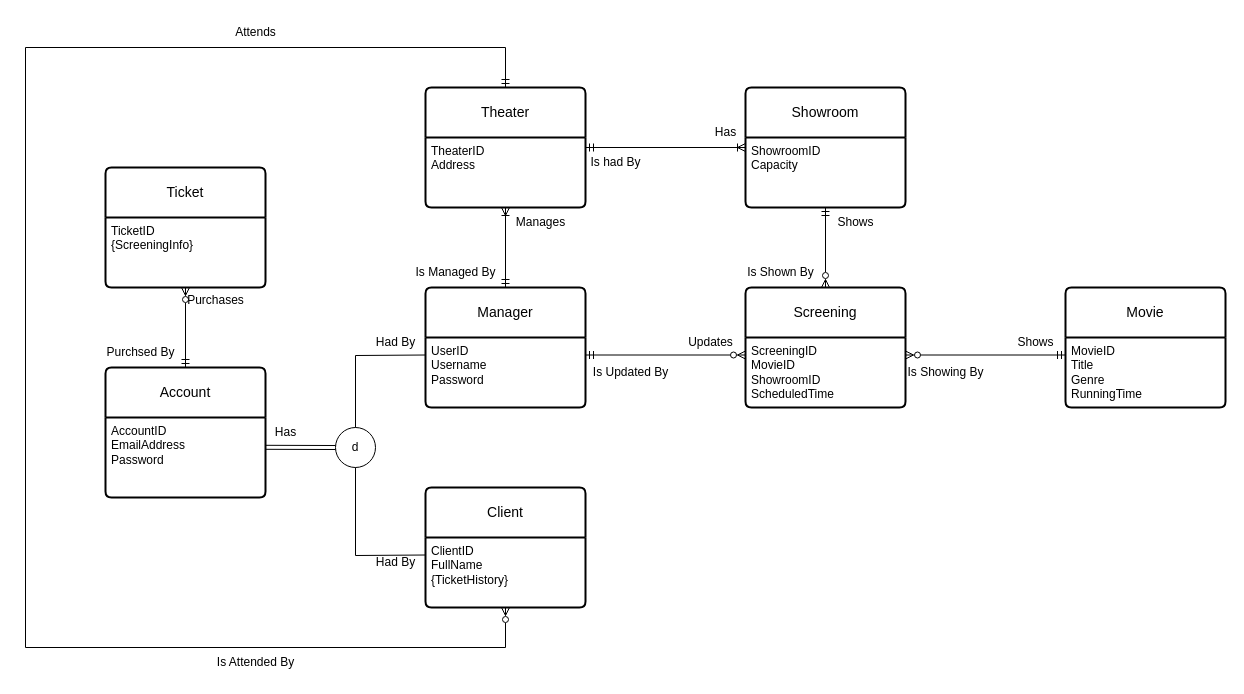
Earlier version of the draw.io diagram FinalProjectEER.drawio (JustinBouffard/MovieTheaterManagementApp). Source tidied: cells renumbered, new cells numbered last; positions are measured from the earlier drawing's top-left corner, leaving out a move shared by most shapes. Both pictures are drawn from the tidied source at 100%, with x=0, y=0 at pixel (25, 17).
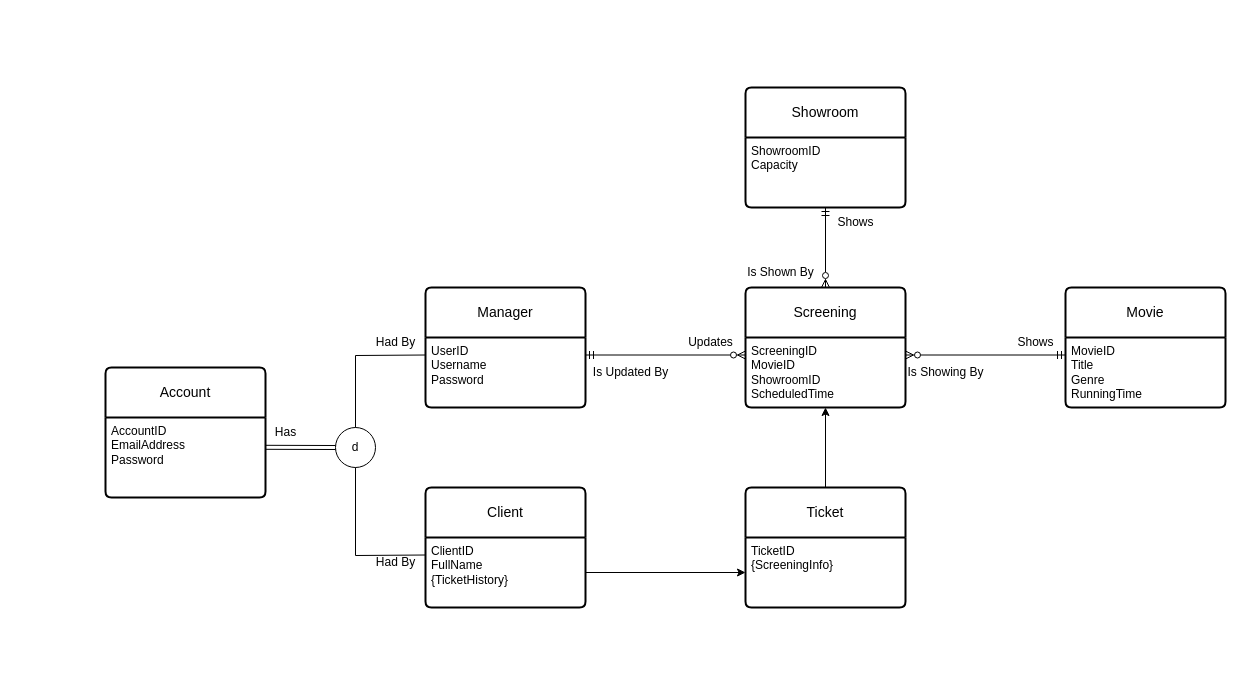
After the change.

Unchanged cells that the change refers to:
```xml
<mxCell id="3" value="ClientID&lt;div&gt;FullName&lt;/div&gt;&lt;div&gt;{TicketHistory}&lt;/div&gt;" style="align=left;strokeColor=none;fillColor=none;spacingLeft=4;spacingRight=4;fontSize=12;verticalAlign=top;html=1;whiteSpace=wrap;" parent="2" vertex="1">
  <mxGeometry y="50" width="160" height="70" as="geometry" />
</mxCell>
<mxCell id="4" value="Manager" style="swimlane;horizontal=1;startSize=50;rounded=1;fontSize=14;fontStyle=0;strokeWidth=2;shadow=0;dashed=0;align=center;arcSize=4;whiteSpace=wrap;html=1;" parent="1" vertex="1">
  <mxGeometry x="400" y="270" width="160" height="120" as="geometry" />
</mxCell>
<mxCell id="11" value="&lt;div&gt;ScreeningID&lt;/div&gt;MovieID&lt;div&gt;ShowroomID&lt;/div&gt;&lt;div&gt;ScheduledTime&lt;/div&gt;" style="align=left;strokeColor=none;fillColor=none;spacingLeft=4;spacingRight=4;fontSize=12;verticalAlign=top;html=1;whiteSpace=wrap;" parent="10" vertex="1">
  <mxGeometry y="50" width="160" height="70" as="geometry" />
</mxCell>
<mxCell id="13" value="TicketID&lt;div&gt;{ScreeningInfo}&lt;/div&gt;" style="align=left;strokeColor=none;fillColor=none;spacingLeft=4;spacingRight=4;fontSize=12;verticalAlign=top;html=1;whiteSpace=wrap;" parent="12" vertex="1">
  <mxGeometry y="50" width="160" height="70" as="geometry" />
</mxCell>
<mxCell id="18" value="Account" style="swimlane;horizontal=1;startSize=50;rounded=1;fontSize=14;fontStyle=0;strokeWidth=2;shadow=0;dashed=0;align=center;arcSize=4;whiteSpace=wrap;html=1;" parent="1" vertex="1">
  <mxGeometry x="80" y="350" width="160" height="130" as="geometry" />
</mxCell>
```

Diff of the diagram source:
```diff
@@
+    <mxCell id="46" style="edgeStyle=orthogonalEdgeStyle;rounded=0;jettySize=auto;html=1;" parent="1" edge="1" source="12" target="11">
+      <mxGeometry relative="1" as="geometry" />
+    </mxCell>
     <mxCell id="12" value="Ticket" style="swimlane;horizontal=1;startSize=50;rounded=1;fontSize=14;fontStyle=0;strokeWidth=2;shadow=0;dashed=0;align=center;arcSize=4;whiteSpace=wrap;html=1;" parent="1" vertex="1">
-      <mxGeometry x="80" y="150" width="160" height="120" as="geometry" />
+      <mxGeometry x="720" y="470" width="160" height="120" as="geometry" />
     </mxCell>
@@
-    <mxCell id="14" value="Attends" style="text;html=1;align=center;verticalAlign=middle;strokeColor=none;fillColor=none;" parent="1" vertex="1">
-      <mxGeometry x="200" width="60" height="30" as="geometry" />
-    </mxCell>
@@
-    <mxCell id="20" value="Theater" style="swimlane;horizontal=1;startSize=50;rounded=1;fontSize=14;fontStyle=0;strokeWidth=2;shadow=0;dashed=0;align=center;arcSize=4;whiteSpace=wrap;html=1;" parent="1" vertex="1">
-      <mxGeometry x="400" y="70" width="160" height="120" as="geometry" />
-    </mxCell>
-    <mxCell id="21" value="TheaterID&lt;div&gt;Address&lt;/div&gt;&lt;div&gt;&lt;br&gt;&lt;/div&gt;" style="align=left;strokeColor=none;fillColor=none;spacingLeft=4;spacingRight=4;fontSize=12;verticalAlign=top;html=1;whiteSpace=wrap;" parent="20" vertex="1">
-      <mxGeometry y="50" width="160" height="70" as="geometry" />
-    </mxCell>
-    <mxCell id="22" style="endArrow=ERoneToMany;html=1;rounded=0;exitX=0.5;exitY=0;exitDx=0;exitDy=0;entryX=0.5;entryY=1;entryDx=0;entryDy=0;endFill=0;startArrow=ERmandOne;startFill=0;" parent="1" edge="1" source="4" target="21">
-      <mxGeometry relative="1" as="geometry" />
-    </mxCell>
-    <mxCell id="23" value="Manages" style="text;html=1;align=center;verticalAlign=middle;strokeColor=none;fillColor=none;" parent="1" vertex="1">
-      <mxGeometry x="480" y="190" width="70" height="30" as="geometry" />
-    </mxCell>
-    <mxCell id="24" value="Is Managed By" style="text;html=1;align=center;verticalAlign=middle;strokeColor=none;fillColor=none;" parent="1" vertex="1">
-      <mxGeometry x="380" y="240" width="100" height="30" as="geometry" />
-    </mxCell>
-    <mxCell id="25" style="endArrow=ERoneToMany;html=1;rounded=0;exitX=1;exitY=0.25;exitDx=0;exitDy=0;entryX=0;entryY=0.25;entryDx=0;entryDy=0;endFill=0;startArrow=ERmandOne;startFill=0;" parent="1" edge="1">
-      <mxGeometry relative="1" as="geometry">
-        <mxPoint x="560" y="130" as="sourcePoint" />
-        <mxPoint x="720" y="130" as="targetPoint" />
-      </mxGeometry>
-    </mxCell>
-    <mxCell id="26" value="Has" style="text;html=1;align=center;verticalAlign=middle;strokeColor=none;fillColor=none;" parent="1" vertex="1">
-      <mxGeometry x="680" y="100" width="40" height="30" as="geometry" />
-    </mxCell>
-    <mxCell id="27" value="Is had By" style="text;html=1;align=center;verticalAlign=middle;strokeColor=none;fillColor=none;" parent="1" vertex="1">
-      <mxGeometry x="555" y="130" width="70" height="30" as="geometry" />
-    </mxCell>
@@
-    <mxCell id="34" style="endArrow=ERzeroToMany;html=1;rounded=0;exitX=0.5;exitY=0;exitDx=0;exitDy=0;entryX=0.5;entryY=1;entryDx=0;entryDy=0;startArrow=ERmandOne;startFill=0;endFill=0;" parent="1" edge="1" source="18" target="13">
-      <mxGeometry relative="1" as="geometry" />
-    </mxCell>
@@
-    <mxCell id="39" value="Purchases" style="text;html=1;align=center;verticalAlign=middle;strokeColor=none;fillColor=none;" parent="1" vertex="1">
-      <mxGeometry x="150" y="268" width="80" height="30" as="geometry" />
-    </mxCell>
-    <mxCell id="40" value="Purchsed By" style="text;html=1;align=center;verticalAlign=middle;strokeColor=none;fillColor=none;" parent="1" vertex="1">
-      <mxGeometry x="70" y="320" width="90" height="30" as="geometry" />
-    </mxCell>
@@
-    <mxCell id="44" style="endArrow=ERmandOne;html=1;rounded=0;exitX=0.5;exitY=1;exitDx=0;exitDy=0;entryX=0.5;entryY=0;entryDx=0;entryDy=0;endFill=0;startArrow=ERzeroToMany;startFill=0;" parent="1" edge="1" source="3" target="20">
-      <mxGeometry relative="1" as="geometry">
-        <Array as="points">
-          <mxPoint x="480" y="630" />
-          <mxPoint y="630" />
-          <mxPoint y="30" />
-          <mxPoint x="480" y="30" />
-        </Array>
-      </mxGeometry>
-    </mxCell>
-    <mxCell id="45" value="Is Attended By" style="text;html=1;align=center;verticalAlign=middle;strokeColor=none;fillColor=none;" parent="1" vertex="1">
-      <mxGeometry x="180" y="630" width="100" height="30" as="geometry" />
-    </mxCell>
+    <mxCell id="47" style="edgeStyle=orthogonalEdgeStyle;rounded=0;jettySize=auto;html=1;" parent="1" edge="1" source="3" target="13">
+      <mxGeometry relative="1" as="geometry" />
+    </mxCell>
```
